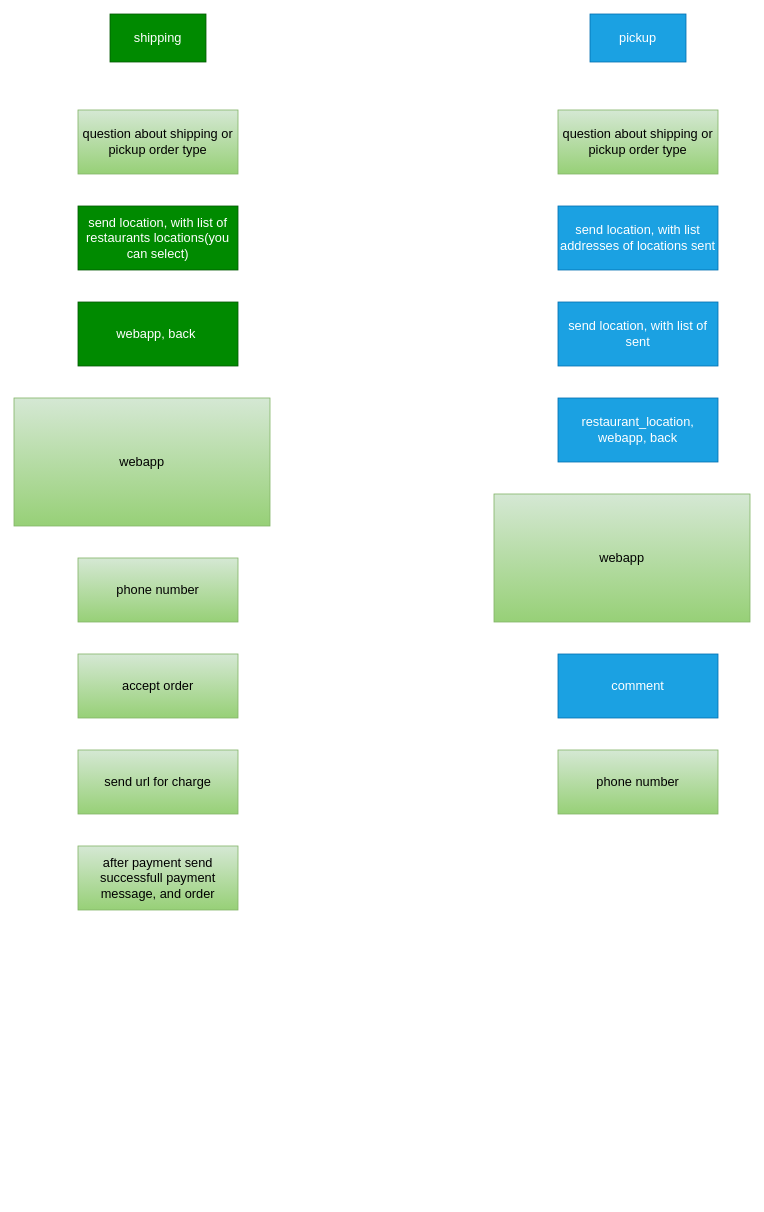
Above: page "product_add_view" (3 of 3) of restaurant.drawio in KmvRoman/Diagrams (draw.io), before the change. Source tidied: cells renumbered, new cells numbered last; positions are measured from the earlier drawing's top-left corner, leaving out a move shared by most shapes. Both pictures are drawn from the tidied source at 80%, with x=0, y=0 at pixel (14, 14).
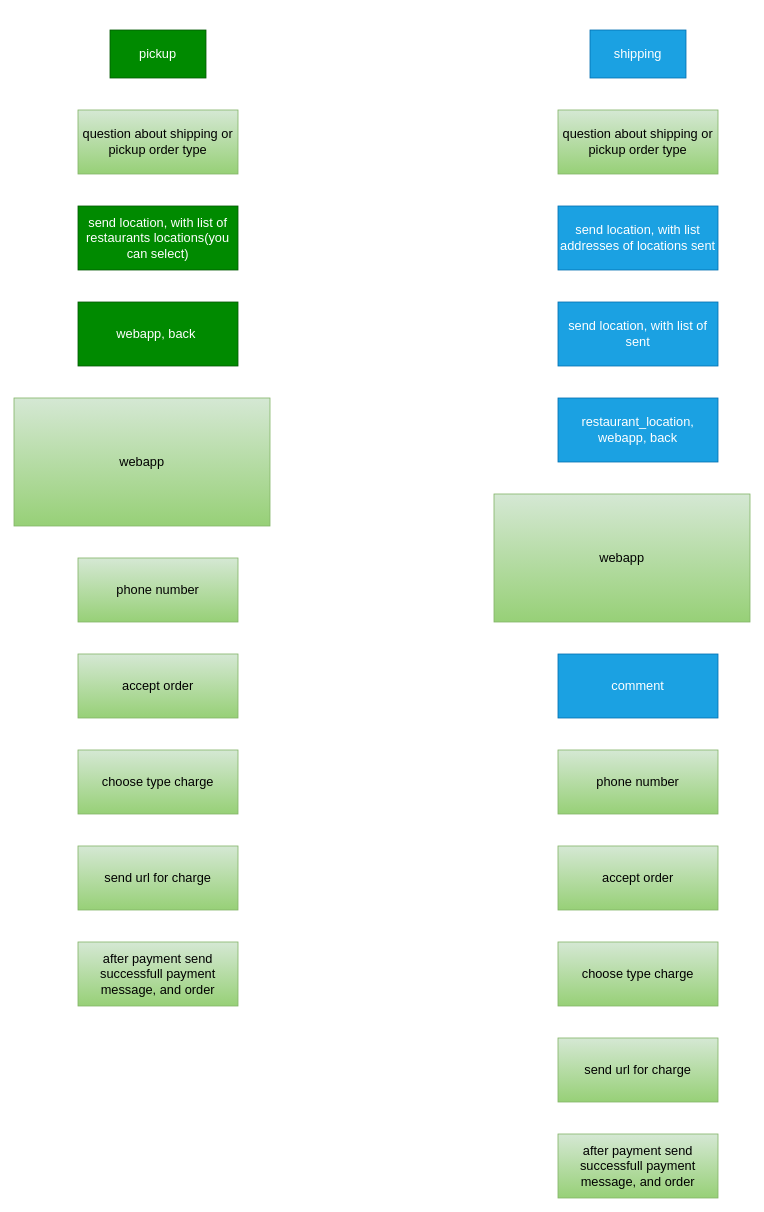
The same diagram, later.

Change to the diagram source:
```diff
@@
-    <mxCell id="2" value="shipping" style="rounded=0;whiteSpace=wrap;html=1;fontSize=16;fillColor=#008a00;fontColor=#ffffff;strokeColor=#005700;" parent="1" vertex="1">
-      <mxGeometry x="120" width="120" height="60" as="geometry" />
+    <mxCell id="2" value="shipping" style="rounded=0;whiteSpace=wrap;html=1;fontSize=16;fillColor=#1ba1e2;fontColor=#ffffff;strokeColor=#006EAF;" parent="1" vertex="1">
+      <mxGeometry x="720" y="20" width="120" height="60" as="geometry" />
     </mxCell>
-    <mxCell id="3" value="pickup" style="rounded=0;whiteSpace=wrap;html=1;fontSize=16;fillColor=#1ba1e2;fontColor=#ffffff;strokeColor=#006EAF;" parent="1" vertex="1">
-      <mxGeometry x="720" width="120" height="60" as="geometry" />
+    <mxCell id="3" value="pickup" style="rounded=0;whiteSpace=wrap;html=1;fontSize=16;fillColor=#008a00;fontColor=#ffffff;strokeColor=#005700;" parent="1" vertex="1">
+      <mxGeometry x="120" y="20" width="120" height="60" as="geometry" />
     </mxCell>
@@
     <mxCell id="15" value="send url for charge" style="rounded=0;whiteSpace=wrap;html=1;fontSize=16;fillColor=#d5e8d4;strokeColor=#82b366;gradientColor=#97d077;" parent="1" vertex="1">
-      <mxGeometry x="80" y="920" width="200" height="80" as="geometry" />
+      <mxGeometry x="80" y="1040" width="200" height="80" as="geometry" />
     </mxCell>
     <mxCell id="16" value="after payment send successfull payment message, and order" style="rounded=0;whiteSpace=wrap;html=1;fontSize=16;fillColor=#d5e8d4;strokeColor=#82b366;gradientColor=#97d077;" parent="1" vertex="1">
-      <mxGeometry x="80" y="1040" width="200" height="80" as="geometry" />
+      <mxGeometry x="80" y="1160" width="200" height="80" as="geometry" />
     </mxCell>
@@
+    <mxCell id="19" value="accept order" style="rounded=0;whiteSpace=wrap;html=1;fontSize=16;fillColor=#d5e8d4;strokeColor=#82b366;gradientColor=#97d077;" parent="1" vertex="1">
+      <mxGeometry x="680" y="1040" width="200" height="80" as="geometry" />
+    </mxCell>
+    <mxCell id="20" value="send url for charge" style="rounded=0;whiteSpace=wrap;html=1;fontSize=16;fillColor=#d5e8d4;strokeColor=#82b366;gradientColor=#97d077;" parent="1" vertex="1">
+      <mxGeometry x="680" y="1280" width="200" height="80" as="geometry" />
+    </mxCell>
+    <mxCell id="21" value="choose type charge" style="rounded=0;whiteSpace=wrap;html=1;fontSize=16;fillColor=#d5e8d4;strokeColor=#82b366;gradientColor=#97d077;" parent="1" vertex="1">
+      <mxGeometry x="80" y="920" width="200" height="80" as="geometry" />
+    </mxCell>
+    <mxCell id="22" value="choose type charge" style="rounded=0;whiteSpace=wrap;html=1;fontSize=16;fillColor=#d5e8d4;strokeColor=#82b366;gradientColor=#97d077;" parent="1" vertex="1">
+      <mxGeometry x="680" y="1160" width="200" height="80" as="geometry" />
+    </mxCell>
+    <mxCell id="23" value="after payment send successfull payment message, and order" style="rounded=0;whiteSpace=wrap;html=1;fontSize=16;fillColor=#d5e8d4;strokeColor=#82b366;gradientColor=#97d077;" parent="1" vertex="1">
+      <mxGeometry x="680" y="1400" width="200" height="80" as="geometry" />
+    </mxCell>
```
